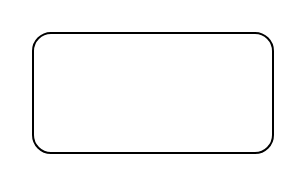
Above: Untitled Diagram.drawio in cwlili/axiu_img (draw.io), before the change. Source tidied: cells renumbered, new cells numbered last; positions are measured from the earlier drawing's top-left corner, leaving out a move shared by most shapes. Both pictures are drawn from the tidied source at 200%, with x=0, y=0 at pixel (32, 32).
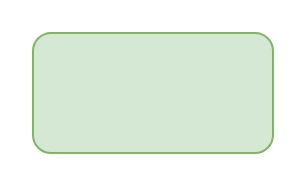
The same diagram, later.

What changed in the source:
```diff
@@
 <mxGraphModel>
   <root>
     <mxCell id="0" />
     <mxCell id="1" parent="0" />
-    <mxCell id="2" style="rounded=1;whiteSpace=wrap;html=1;hachureGap=4;" parent="1" vertex="1">
+    <mxCell id="2" style="rounded=1;whiteSpace=wrap;html=1;hachureGap=4;fillColor=#d5e8d4;strokeColor=#82b366;" parent="1" vertex="1">
       <mxGeometry width="120" height="60" as="geometry" />
     </mxCell>
   </root>
 </mxGraphModel>
```
